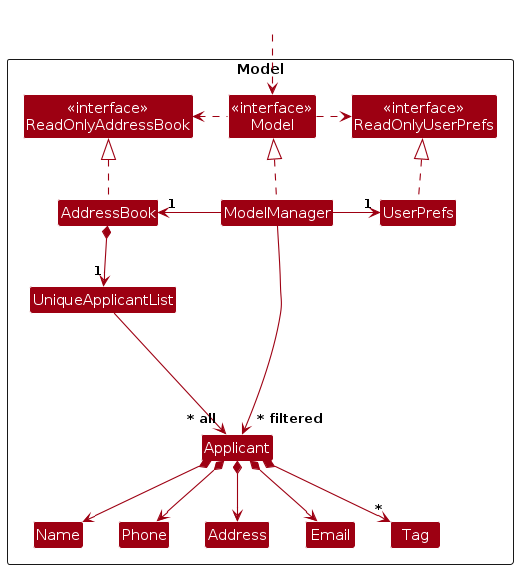
AY2627S1-CS2103T-W12-4/tp keeps this PlantUML diagram as diagrams/ModelClassDiagram.png. Above is the earlier version. Its source is kept beside it as diagrams/ModelClassDiagram.puml.
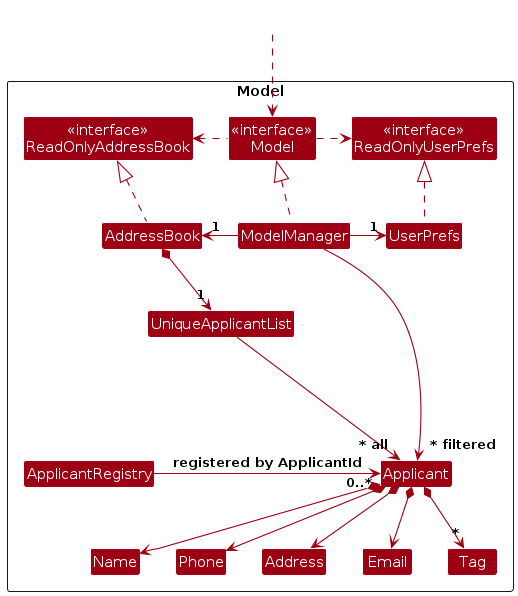
The same diagram one commit later.

What changed in the source:
```diff
@@ -12,6 +12,7 @@
 Class ModelManager
 Class UserPrefs
 
+Class ApplicantRegistry
 Class UniqueApplicantList
 Class Applicant
 Class Address
@@ -37,6 +38,8 @@
 
 AddressBook *--> "1" UniqueApplicantList
 UniqueApplicantList --> "~* all" Applicant
+ApplicantRegistry -right-> "0..*" Applicant : registered by ApplicantId
+
 Applicant *--> Name
 Applicant *--> Phone
 Applicant *--> Email
```
